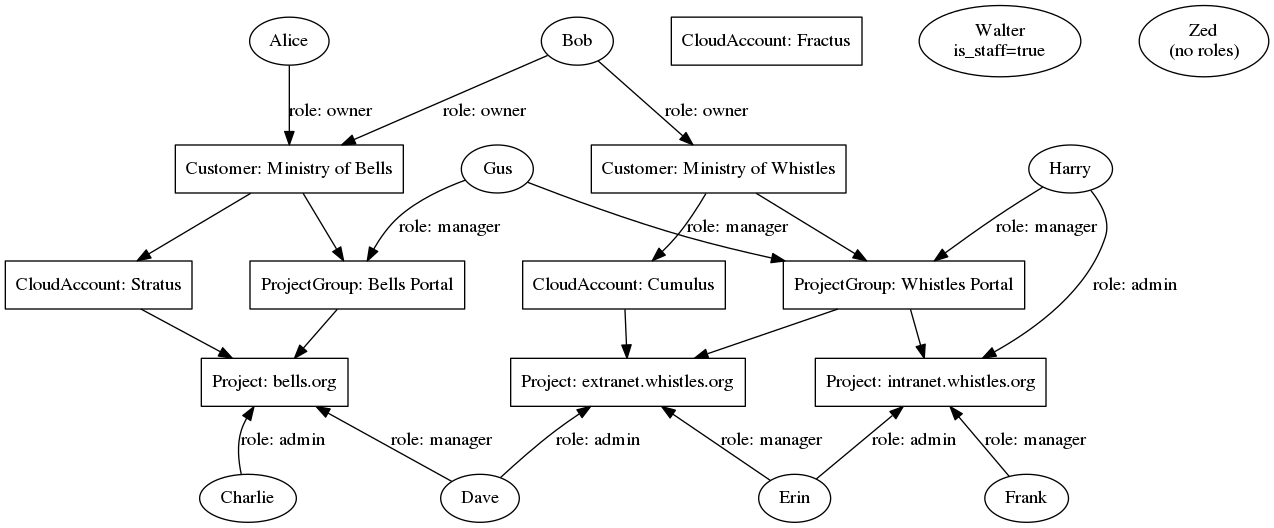
This is docs/images/testdata-alice.png from opennode/waldur-core, a Graphviz export, as it was before one commit. Its source is kept beside it as docs/images/testdata-alice.dot.
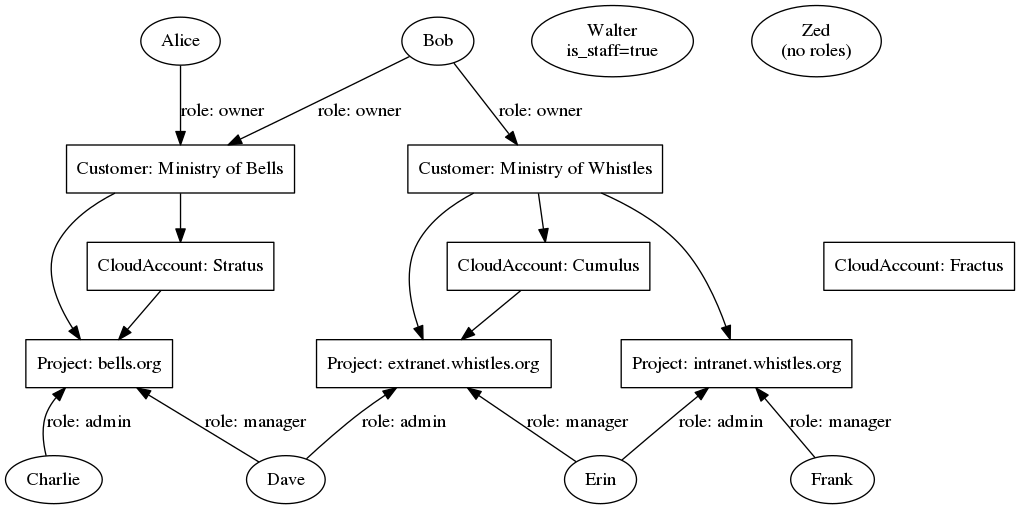
After the change.

Change to the diagram source:
```diff
@@ -1,3 +1,4 @@
+
 digraph {
 	nodesep = 0.6;
 
@@ -7,9 +8,7 @@
 	c_mow [label="Customer: Ministry of Whistles"];
 
 	ca_s [label="CloudAccount: Stratus"]
-	pg_bp [label="ProjectGroup: Bells Portal"]
 	ca_c [label="CloudAccount: Cumulus"]
-	pg_wp [label="ProjectGroup: Whistles Portal"]
 	ca_f [label="CloudAccount: Fractus"]
 
 	p_bo [label="Project: bells.org"]
@@ -25,24 +24,15 @@
 	Walter [label="Walter\nis_staff=true"]
 	Zed [label="Zed\n(no roles)"]
 
-	c_mob -> pg_bp
-	c_mow -> pg_wp
+	c_mob -> ca_s
+	c_mob -> p_bo
 
-	c_mob -> ca_s
 	c_mow -> ca_c
-
-	pg_bp -> p_bo
-	pg_wp -> p_ewo
-	pg_wp -> p_iwo
+	c_mow -> p_ewo
+	c_mow -> p_iwo
 
 	ca_s -> p_bo
 	ca_c -> p_ewo
-
-	Gus -> pg_bp [label="role: manager"]
-	Gus -> pg_wp [label="role: manager"]
-
-	Harry -> pg_wp [label="role: manager"]
-	Harry -> p_iwo [label="role: admin"]
 
 	p_bo -> Charlie [label="role: admin", dir="back"]
 	p_bo -> Dave [label="role: manager", dir="back"]
@@ -50,4 +40,7 @@
 	p_ewo -> Erin [label="role: manager", dir="back"]
 	p_iwo -> Erin [label="role: admin", dir="back"]
 	p_iwo -> Frank [label="role: manager", dir="back"]
+
+	{ rank=same; ca_c ca_f ca_s }
+	{ rank=same; p_bo p_ewo p_iwo }
 }
```
